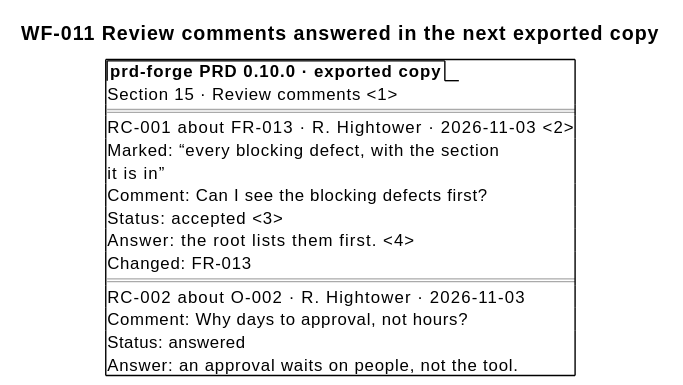
The PlantUML diagram docs/prd/prd-forge/diagrams/WF-011.svg in SpillwaveSolutions/prd-forge, before a commit. Source of this version:
```plantuml
@startsalt
title WF-011 Review comments answered in the next exported copy
{+
  {/ <b>prd-forge PRD 0.10.0 · exported copy</b> }
  Section 15 · Review comments <1>
  ==
  RC-001 about FR-013 · R. Hightower · 2026-11-03 <2>
  Marked: “every blocking defect, with the section
  it is in”
  Comment: Can I see the blocking defects first?
  Status: accepted <3>
  Answer: the root lists them first. <4>
  Changed: FR-013
  ==
  RC-002 about O-002 · R. Hightower · 2026-11-03
  Comment: Why days to approval, not hours?
  Status: answered
  Answer: an approval waits on people, not the tool.
}
@endsalt
```
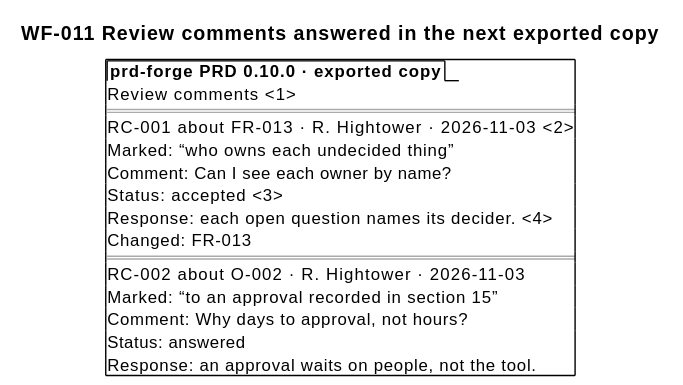
Above is the later version.

The edit, as a diff of the source:
```diff
@@ -2,19 +2,19 @@
 title WF-011 Review comments answered in the next exported copy
 {+
   {/ <b>prd-forge PRD 0.10.0 · exported copy</b> }
-  Section 15 · Review comments <1>
+  Review comments <1>
   ==
   RC-001 about FR-013 · R. Hightower · 2026-11-03 <2>
-  Marked: “every blocking defect, with the section
-  it is in”
-  Comment: Can I see the blocking defects first?
+  Marked: “who owns each undecided thing”
+  Comment: Can I see each owner by name?
   Status: accepted <3>
-  Answer: the root lists them first. <4>
+  Response: each open question names its decider. <4>
   Changed: FR-013
   ==
   RC-002 about O-002 · R. Hightower · 2026-11-03
+  Marked: “to an approval recorded in section 15”
   Comment: Why days to approval, not hours?
   Status: answered
-  Answer: an approval waits on people, not the tool.
+  Response: an approval waits on people, not the tool.
 }
 @endsalt
```
